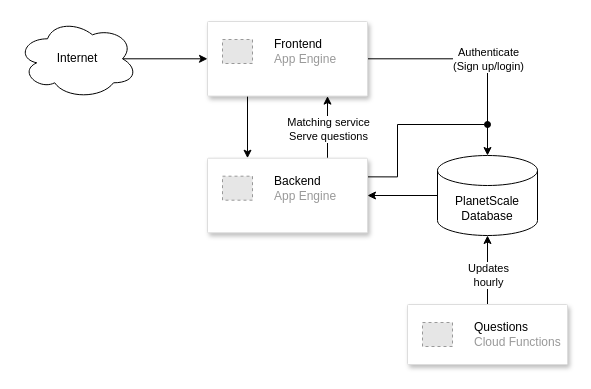
This is page "archi" (2 of 2) of docs/cs3219-diagrams.drawio from CS3219-AY2223S1/cs3219-project-ay2223s1-g42, a draw.io file, before an edit. Source tidied: cells renumbered, new cells numbered last; positions are measured from the earlier drawing's top-left corner, leaving out a move shared by most shapes. Both pictures are drawn from the tidied source at 100%, with x=0, y=0 at pixel (17, 18). Pictures stored in the file or linked from it are replaced by grey dashed boxes.
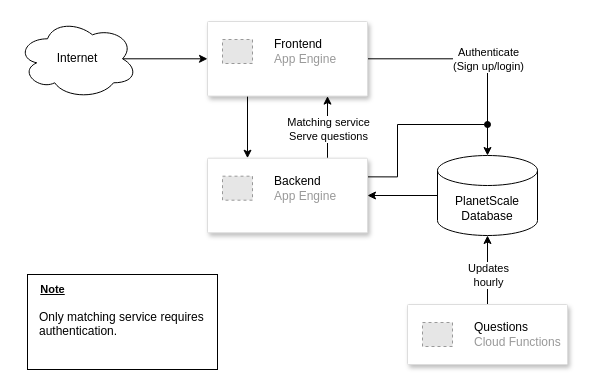
After the change.

Commit message:
docs: add note to archi diagram

What changed in the source:
```diff
@@
+    <mxCell id="20" value="&lt;span style=&quot;&quot;&gt;&lt;br&gt;&lt;br&gt;&amp;nbsp; &amp;nbsp;Only matching service requires&lt;br&gt;&amp;nbsp; &amp;nbsp;authentication.&lt;br&gt;&lt;/span&gt;" style="rounded=0;whiteSpace=wrap;html=1;labelBackgroundColor=none;comic=0;align=left;labelPadding=0;horizontal=1;labelPosition=center;verticalLabelPosition=middle;verticalAlign=top;spacingRight=0;spacingLeft=0;labelBorderColor=none;fontColor=default;" parent="1" vertex="1">
+      <mxGeometry x="10" y="256" width="190" height="95" as="geometry" />
+    </mxCell>
@@
+    <mxCell id="21" value="Note" style="text;html=1;align=center;verticalAlign=middle;strokeColor=none;fillColor=none;fontSize=11;fontFamily=Helvetica;fontColor=default;fontStyle=5;" parent="1" vertex="1">
+      <mxGeometry x="10" y="256" width="50" height="30" as="geometry" />
+    </mxCell>
```
